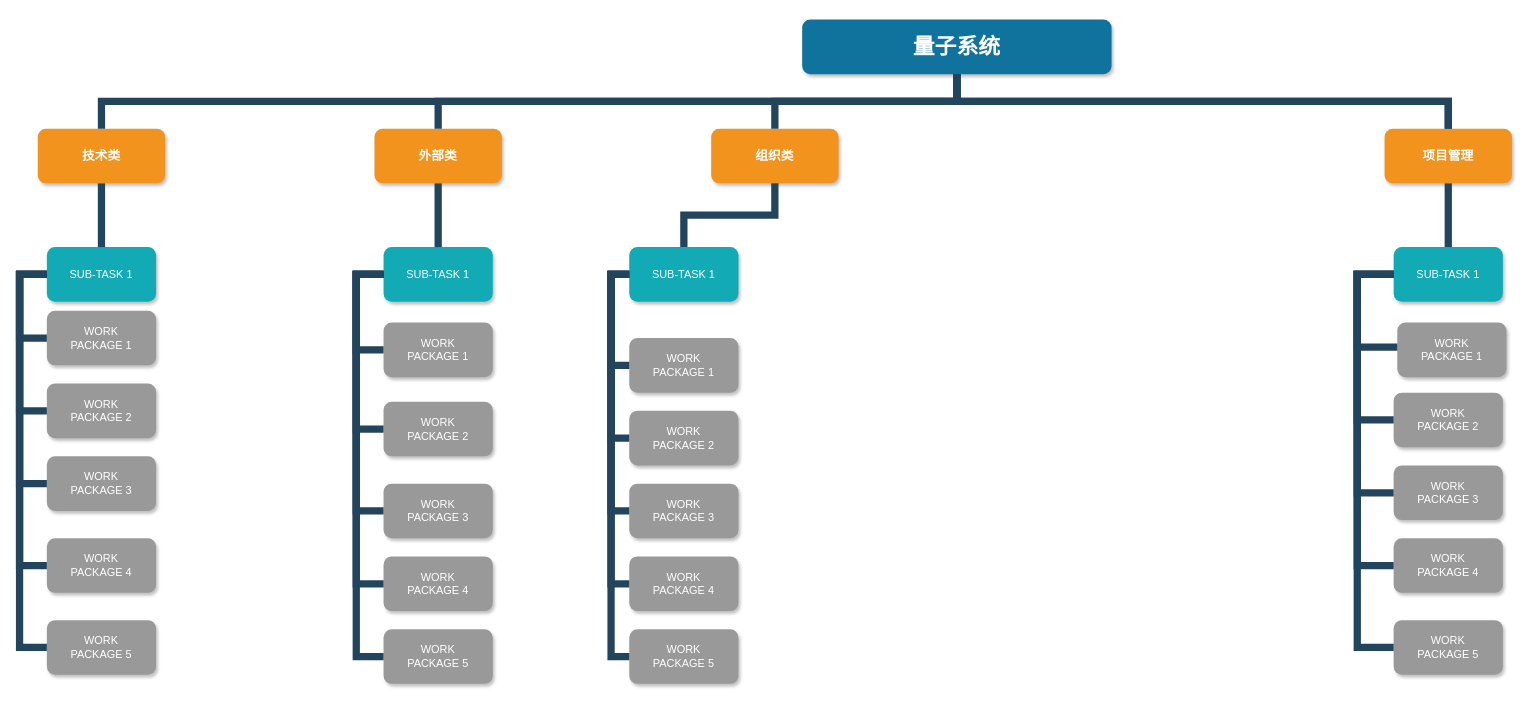
xccsoftware/bootStrap keeps this draw.io diagram as 项目风险结构.drawio. Above is the earlier version. Source tidied: cells renumbered, new cells numbered last; positions are measured from the earlier drawing's top-left corner, leaving out a move shared by most shapes. Both pictures are drawn from the tidied source at 91%, with x=0, y=0 at pixel (-63, 19).
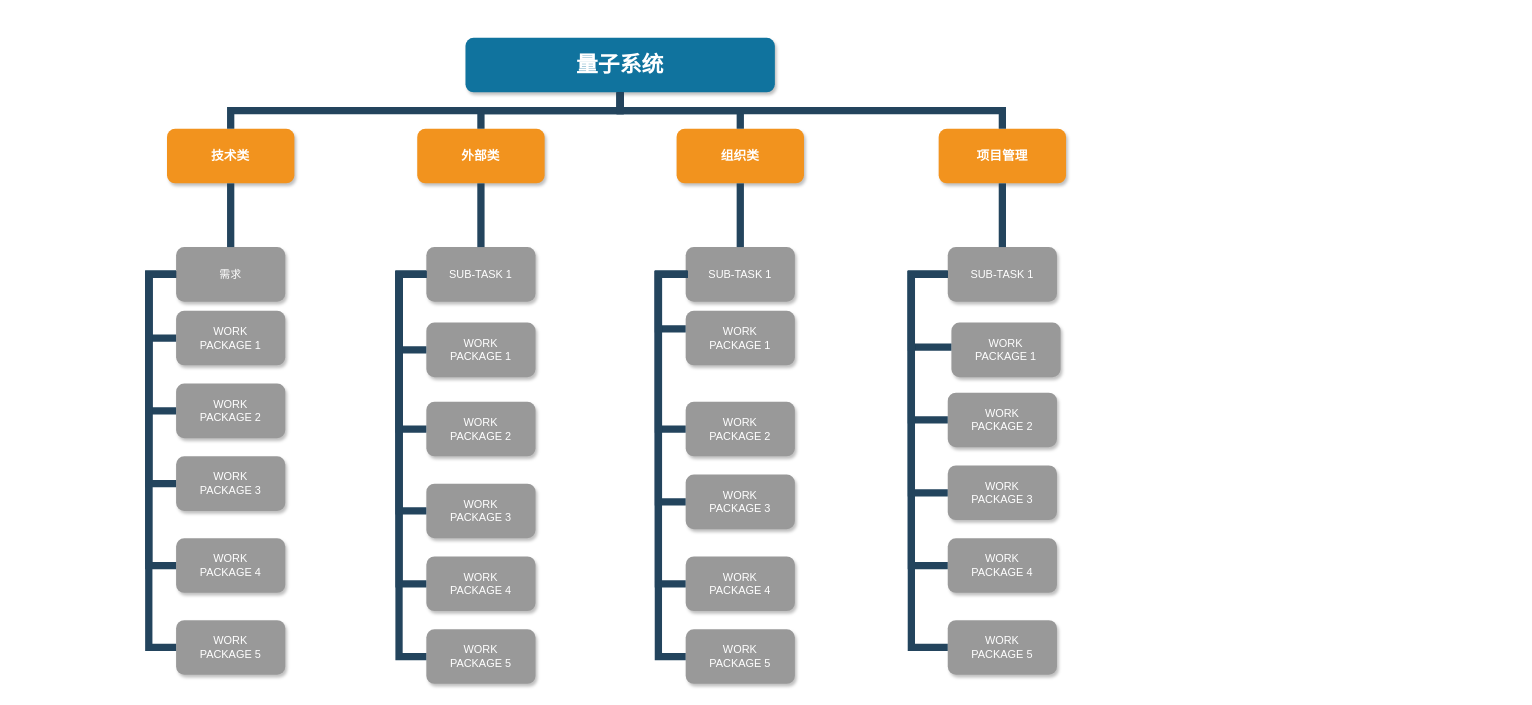
The same diagram, later.

Commit message (it also covers changes not shown here):
更新项目风险结构.drawio

Change to the diagram source:
```diff
@@
     <mxCell id="2" value="量子系统" style="whiteSpace=wrap;rounded=1;shadow=1;fillColor=#10739E;strokeColor=none;fontColor=#FFFFFF;fontStyle=1;fontSize=24;" parent="1" vertex="1">
-      <mxGeometry x="950" width="340" height="60" as="geometry" />
+      <mxGeometry x="580" y="20" width="340" height="60" as="geometry" />
     </mxCell>
     <mxCell id="3" value="技术类" style="whiteSpace=wrap;rounded=1;fillColor=#F2931E;strokeColor=none;shadow=1;fontColor=#FFFFFF;fontStyle=1;fontSize=14;" parent="1" vertex="1">
-      <mxGeometry x="110" y="120" width="140" height="60" as="geometry" />
+      <mxGeometry x="252" y="120" width="140" height="60" as="geometry" />
     </mxCell>
     <mxCell id="4" value="外部类" style="whiteSpace=wrap;rounded=1;fillColor=#F2931E;strokeColor=none;shadow=1;fontColor=#FFFFFF;fontStyle=1;fontSize=14;" parent="1" vertex="1">
-      <mxGeometry x="480" y="120" width="140" height="60" as="geometry" />
+      <mxGeometry x="527" y="120" width="140" height="60" as="geometry" />
     </mxCell>
     <mxCell id="5" value="组织类" style="whiteSpace=wrap;rounded=1;fillColor=#F2931E;strokeColor=none;shadow=1;fontColor=#FFFFFF;fontStyle=1;fontSize=14;" parent="1" vertex="1">
-      <mxGeometry x="850" y="120" width="140" height="60" as="geometry" />
+      <mxGeometry x="812" y="120" width="140" height="60" as="geometry" />
     </mxCell>
     <mxCell id="6" value="项目管理" style="whiteSpace=wrap;rounded=1;fillColor=#F2931E;strokeColor=none;shadow=1;fontColor=#FFFFFF;fontStyle=1;fontSize=14;" parent="1" vertex="1">
-      <mxGeometry x="1590" y="120" width="140" height="60" as="geometry" />
+      <mxGeometry x="1100" y="120" width="140" height="60" as="geometry" />
     </mxCell>
-    <mxCell id="7" value="SUB-TASK 1" style="whiteSpace=wrap;rounded=1;fillColor=#12AAB5;strokeColor=none;shadow=1;fontColor=#FFFFFF;" parent="1" vertex="1">
-      <mxGeometry x="120" y="250" width="120" height="60" as="geometry" />
+    <mxCell id="7" value="需求" style="whiteSpace=wrap;rounded=1;fillColor=#999999;strokeColor=none;shadow=1;fontColor=#FFFFFF;" parent="1" vertex="1">
+      <mxGeometry x="262" y="250" width="120" height="60" as="geometry" />
     </mxCell>
     <mxCell id="8" value="WORK&#10;PACKAGE 1" style="whiteSpace=wrap;rounded=1;fillColor=#999999;strokeColor=none;shadow=1;fontColor=#FFFFFF;fontStyle=0;" parent="1" vertex="1">
-      <mxGeometry x="120" y="320" width="120" height="60" as="geometry" />
+      <mxGeometry x="262" y="320" width="120" height="60" as="geometry" />
     </mxCell>
     <mxCell id="9" value="WORK&#10;PACKAGE 2" style="whiteSpace=wrap;rounded=1;fillColor=#999999;strokeColor=none;shadow=1;fontColor=#FFFFFF;fontStyle=0;" parent="1" vertex="1">
-      <mxGeometry x="120" y="400" width="120" height="60" as="geometry" />
+      <mxGeometry x="262" y="400" width="120" height="60" as="geometry" />
     </mxCell>
     <mxCell id="10" value="WORK&#10;PACKAGE 3" style="whiteSpace=wrap;rounded=1;fillColor=#999999;strokeColor=none;shadow=1;fontColor=#FFFFFF;fontStyle=0;" parent="1" vertex="1">
-      <mxGeometry x="120" y="480" width="120" height="60" as="geometry" />
+      <mxGeometry x="262" y="480" width="120" height="60" as="geometry" />
     </mxCell>
     <mxCell id="11" value="WORK&#10;PACKAGE 4" style="whiteSpace=wrap;rounded=1;fillColor=#999999;strokeColor=none;shadow=1;fontColor=#FFFFFF;fontStyle=0;" parent="1" vertex="1">
-      <mxGeometry x="120" y="570" width="120" height="60" as="geometry" />
+      <mxGeometry x="262" y="570" width="120" height="60" as="geometry" />
     </mxCell>
     <mxCell id="12" value="WORK&#10;PACKAGE 5" style="whiteSpace=wrap;rounded=1;fillColor=#999999;strokeColor=none;shadow=1;fontColor=#FFFFFF;fontStyle=0;" parent="1" vertex="1">
-      <mxGeometry x="120" y="660" width="120" height="60" as="geometry" />
+      <mxGeometry x="262" y="660" width="120" height="60" as="geometry" />
     </mxCell>
-    <mxCell id="13" value="SUB-TASK 1" style="whiteSpace=wrap;rounded=1;fillColor=#12AAB5;strokeColor=none;shadow=1;fontColor=#FFFFFF;" parent="1" vertex="1">
-      <mxGeometry x="490" y="250" width="120" height="60" as="geometry" />
+    <mxCell id="13" value="SUB-TASK 1" style="whiteSpace=wrap;rounded=1;fillColor=#999999;strokeColor=none;shadow=1;fontColor=#FFFFFF;" parent="1" vertex="1">
+      <mxGeometry x="537" y="250" width="120" height="60" as="geometry" />
     </mxCell>
     <mxCell id="14" value="WORK&#10;PACKAGE 1" style="whiteSpace=wrap;rounded=1;fillColor=#999999;strokeColor=none;shadow=1;fontColor=#FFFFFF;fontStyle=0;" parent="1" vertex="1">
-      <mxGeometry x="490" y="333" width="120" height="60" as="geometry" />
+      <mxGeometry x="537" y="333" width="120" height="60" as="geometry" />
     </mxCell>
     <mxCell id="15" value="WORK&#10;PACKAGE 2" style="whiteSpace=wrap;rounded=1;fillColor=#999999;strokeColor=none;shadow=1;fontColor=#FFFFFF;fontStyle=0;" parent="1" vertex="1">
-      <mxGeometry x="490" y="420" width="120" height="60" as="geometry" />
+      <mxGeometry x="537" y="420" width="120" height="60" as="geometry" />
     </mxCell>
     <mxCell id="16" value="WORK&#10;PACKAGE 3" style="whiteSpace=wrap;rounded=1;fillColor=#999999;strokeColor=none;shadow=1;fontColor=#FFFFFF;fontStyle=0;" parent="1" vertex="1">
-      <mxGeometry x="490" y="510" width="120" height="60" as="geometry" />
+      <mxGeometry x="537" y="510" width="120" height="60" as="geometry" />
     </mxCell>
     <mxCell id="17" value="WORK&#10;PACKAGE 4" style="whiteSpace=wrap;rounded=1;fillColor=#999999;strokeColor=none;shadow=1;fontColor=#FFFFFF;fontStyle=0;" parent="1" vertex="1">
-      <mxGeometry x="490" y="590" width="120" height="60" as="geometry" />
+      <mxGeometry x="537" y="590" width="120" height="60" as="geometry" />
     </mxCell>
     <mxCell id="18" value="WORK&#10;PACKAGE 5" style="whiteSpace=wrap;rounded=1;fillColor=#999999;strokeColor=none;shadow=1;fontColor=#FFFFFF;fontStyle=0;" parent="1" vertex="1">
-      <mxGeometry x="490" y="670" width="120" height="60" as="geometry" />
+      <mxGeometry x="537" y="670" width="120" height="60" as="geometry" />
     </mxCell>
@@
     <mxCell id="20" style="edgeStyle=elbowEdgeStyle;elbow=horizontal;rounded=0;fontColor=#000000;endArrow=none;endFill=0;strokeWidth=8;strokeColor=#23445D;" parent="1" edge="1" source="7" target="8">
       <mxGeometry relative="1" as="geometry">
         <Array as="points">
-          <mxPoint x="90" y="350" />
-          <mxPoint y="330" />
+          <mxPoint x="232" y="350" />
+          <mxPoint x="142" y="330" />
         </Array>
       </mxGeometry>
     </mxCell>
     <mxCell id="21" style="edgeStyle=elbowEdgeStyle;elbow=horizontal;rounded=0;fontColor=#000000;endArrow=none;endFill=0;strokeWidth=8;strokeColor=#23445D;" parent="1" edge="1" source="7" target="9">
       <mxGeometry relative="1" as="geometry">
         <Array as="points">
-          <mxPoint x="90" y="350" />
-          <mxPoint y="350" />
+          <mxPoint x="232" y="350" />
+          <mxPoint x="142" y="350" />
         </Array>
       </mxGeometry>
     </mxCell>
     <mxCell id="22" style="edgeStyle=elbowEdgeStyle;elbow=horizontal;rounded=0;fontColor=#000000;endArrow=none;endFill=0;strokeWidth=8;strokeColor=#23445D;" parent="1" edge="1" source="7" target="12">
       <mxGeometry relative="1" as="geometry">
         <Array as="points">
-          <mxPoint x="90" y="550" />
-          <mxPoint y="490" />
+          <mxPoint x="232" y="550" />
+          <mxPoint x="142" y="490" />
         </Array>
       </mxGeometry>
     </mxCell>
     <mxCell id="23" style="edgeStyle=elbowEdgeStyle;elbow=horizontal;rounded=0;fontColor=#000000;endArrow=none;endFill=0;strokeWidth=8;strokeColor=#23445D;" parent="1" edge="1" source="7" target="11">
       <mxGeometry relative="1" as="geometry">
         <Array as="points">
-          <mxPoint x="90" y="500" />
-          <mxPoint y="360" />
+          <mxPoint x="232" y="500" />
+          <mxPoint x="142" y="360" />
         </Array>
       </mxGeometry>
     </mxCell>
     <mxCell id="24" style="edgeStyle=elbowEdgeStyle;elbow=horizontal;rounded=0;fontColor=#000000;endArrow=none;endFill=0;strokeWidth=8;strokeColor=#23445D;" parent="1" edge="1" source="7" target="10">
       <mxGeometry relative="1" as="geometry">
         <Array as="points">
-          <mxPoint x="90" y="470" />
-          <mxPoint y="380" />
+          <mxPoint x="232" y="470" />
+          <mxPoint x="142" y="380" />
         </Array>
       </mxGeometry>
     </mxCell>
     <mxCell id="25" style="edgeStyle=elbowEdgeStyle;elbow=vertical;rounded=0;fontColor=#000000;endArrow=none;endFill=0;strokeWidth=8;strokeColor=#23445D;" parent="1" edge="1" source="4" target="13">
       <mxGeometry relative="1" as="geometry">
         <Array as="points">
-          <mxPoint x="550" y="230" />
+          <mxPoint x="597" y="230" />
         </Array>
       </mxGeometry>
     </mxCell>
     <mxCell id="26" style="edgeStyle=elbowEdgeStyle;elbow=horizontal;rounded=0;fontColor=#000000;endArrow=none;endFill=0;strokeWidth=8;strokeColor=#23445D;" parent="1" edge="1" source="13" target="14">
       <mxGeometry relative="1" as="geometry">
         <Array as="points">
-          <mxPoint x="460" y="330" />
+          <mxPoint x="507" y="330" />
         </Array>
       </mxGeometry>
     </mxCell>
     <mxCell id="27" style="edgeStyle=elbowEdgeStyle;elbow=horizontal;rounded=0;fontColor=#000000;endArrow=none;endFill=0;strokeWidth=8;strokeColor=#23445D;" parent="1" edge="1" source="13" target="15">
       <mxGeometry relative="1" as="geometry">
         <Array as="points">
-          <mxPoint x="460" y="410" />
-          <mxPoint x="370" y="370" />
+          <mxPoint x="507" y="410" />
+          <mxPoint x="417" y="370" />
         </Array>
       </mxGeometry>
     </mxCell>
     <mxCell id="28" style="edgeStyle=elbowEdgeStyle;elbow=horizontal;rounded=0;fontColor=#000000;endArrow=none;endFill=0;strokeWidth=8;strokeColor=#23445D;" parent="1" edge="1" source="13" target="18">
       <mxGeometry relative="1" as="geometry">
         <Array as="points">
-          <mxPoint x="460" y="410" />
-          <mxPoint x="370" y="500" />
+          <mxPoint x="507" y="410" />
+          <mxPoint x="417" y="500" />
         </Array>
       </mxGeometry>
     </mxCell>
     <mxCell id="29" style="edgeStyle=elbowEdgeStyle;elbow=horizontal;rounded=0;fontColor=#000000;endArrow=none;endFill=0;strokeWidth=8;strokeColor=#23445D;" parent="1" edge="1" source="13" target="17">
       <mxGeometry relative="1" as="geometry">
         <Array as="points">
-          <mxPoint x="460" y="350" />
-          <mxPoint x="370" y="450" />
+          <mxPoint x="507" y="350" />
+          <mxPoint x="417" y="450" />
         </Array>
       </mxGeometry>
     </mxCell>
     <mxCell id="30" style="edgeStyle=elbowEdgeStyle;elbow=horizontal;rounded=0;fontColor=#000000;endArrow=none;endFill=0;strokeWidth=8;strokeColor=#23445D;" parent="1" edge="1" source="13" target="16">
       <mxGeometry relative="1" as="geometry">
         <Array as="points">
-          <mxPoint x="460" y="340" />
-          <mxPoint x="470" y="410" />
-          <mxPoint x="370" y="420" />
+          <mxPoint x="507" y="340" />
+          <mxPoint x="517" y="410" />
+          <mxPoint x="417" y="420" />
         </Array>
       </mxGeometry>
     </mxCell>
-    <mxCell id="31" value="SUB-TASK 1" style="whiteSpace=wrap;rounded=1;fillColor=#12AAB5;strokeColor=none;shadow=1;fontColor=#FFFFFF;" parent="1" vertex="1">
-      <mxGeometry x="760" y="250" width="120" height="60" as="geometry" />
+    <mxCell id="31" value="SUB-TASK 1" style="whiteSpace=wrap;rounded=1;fillColor=#999999;strokeColor=none;shadow=1;fontColor=#FFFFFF;" parent="1" vertex="1">
+      <mxGeometry x="822" y="250" width="120" height="60" as="geometry" />
     </mxCell>
     <mxCell id="32" value="WORK&#10;PACKAGE 1" style="whiteSpace=wrap;rounded=1;fillColor=#999999;strokeColor=none;shadow=1;fontColor=#FFFFFF;fontStyle=0;" parent="1" vertex="1">
-      <mxGeometry x="760" y="350" width="120" height="60" as="geometry" />
+      <mxGeometry x="822" y="320" width="120" height="60" as="geometry" />
     </mxCell>
     <mxCell id="33" value="WORK&#10;PACKAGE 2" style="whiteSpace=wrap;rounded=1;fillColor=#999999;strokeColor=none;shadow=1;fontColor=#FFFFFF;fontStyle=0;" parent="1" vertex="1">
-      <mxGeometry x="760" y="430" width="120" height="60" as="geometry" />
+      <mxGeometry x="822" y="420" width="120" height="60" as="geometry" />
     </mxCell>
     <mxCell id="34" value="WORK&#10;PACKAGE 3" style="whiteSpace=wrap;rounded=1;fillColor=#999999;strokeColor=none;shadow=1;fontColor=#FFFFFF;fontStyle=0;" parent="1" vertex="1">
-      <mxGeometry x="760" y="510" width="120" height="60" as="geometry" />
+      <mxGeometry x="822" y="500" width="120" height="60" as="geometry" />
     </mxCell>
     <mxCell id="35" value="WORK&#10;PACKAGE 4" style="whiteSpace=wrap;rounded=1;fillColor=#999999;strokeColor=none;shadow=1;fontColor=#FFFFFF;fontStyle=0;" parent="1" vertex="1">
-      <mxGeometry x="760" y="590" width="120" height="60" as="geometry" />
+      <mxGeometry x="822" y="590" width="120" height="60" as="geometry" />
     </mxCell>
     <mxCell id="36" value="WORK&#10;PACKAGE 5" style="whiteSpace=wrap;rounded=1;fillColor=#999999;strokeColor=none;shadow=1;fontColor=#FFFFFF;fontStyle=0;" parent="1" vertex="1">
-      <mxGeometry x="760" y="670" width="120" height="60" as="geometry" />
+      <mxGeometry x="822" y="670" width="120" height="60" as="geometry" />
     </mxCell>
-    <mxCell id="37" style="edgeStyle=elbowEdgeStyle;elbow=horizontal;rounded=0;fontColor=#000000;endArrow=none;endFill=0;strokeWidth=8;strokeColor=#23445D;" parent="1" edge="1" source="31" target="32">
+    <mxCell id="37" style="edgeStyle=elbowEdgeStyle;elbow=horizontal;rounded=0;fontColor=#000000;endArrow=none;endFill=0;strokeWidth=8;strokeColor=#23445D;" parent="1" edge="1" target="32">
       <mxGeometry relative="1" as="geometry">
+        <mxPoint x="824" y="280" as="sourcePoint" />
         <Array as="points">
-          <mxPoint x="740" y="330" />
+          <mxPoint x="792" y="340" />
         </Array>
       </mxGeometry>
     </mxCell>
-    <mxCell id="38" style="edgeStyle=elbowEdgeStyle;elbow=horizontal;rounded=0;fontColor=#000000;endArrow=none;endFill=0;strokeWidth=8;strokeColor=#23445D;" parent="1" edge="1" source="31" target="33">
+    <mxCell id="38" style="edgeStyle=elbowEdgeStyle;elbow=horizontal;rounded=0;fontColor=#000000;endArrow=none;endFill=0;strokeWidth=8;strokeColor=#23445D;" parent="1" edge="1" target="33">
       <mxGeometry relative="1" as="geometry">
+        <mxPoint x="824" y="280" as="sourcePoint" />
         <Array as="points">
-          <mxPoint x="740" y="370" />
+          <mxPoint x="792" y="410" />
+          <mxPoint x="704" y="370" />
         </Array>
       </mxGeometry>
     </mxCell>
-    <mxCell id="39" style="edgeStyle=elbowEdgeStyle;elbow=horizontal;rounded=0;fontColor=#000000;endArrow=none;endFill=0;strokeWidth=8;strokeColor=#23445D;" parent="1" edge="1" source="31" target="36">
+    <mxCell id="39" style="edgeStyle=elbowEdgeStyle;elbow=horizontal;rounded=0;fontColor=#000000;endArrow=none;endFill=0;strokeWidth=8;strokeColor=#23445D;" parent="1" edge="1" target="36">
       <mxGeometry relative="1" as="geometry">
+        <mxPoint x="824" y="280" as="sourcePoint" />
         <Array as="points">
-          <mxPoint x="740" y="500" />
+          <mxPoint x="792" y="500" />
+          <mxPoint x="704" y="500" />
         </Array>
       </mxGeometry>
     </mxCell>
-    <mxCell id="40" style="edgeStyle=elbowEdgeStyle;elbow=horizontal;rounded=0;fontColor=#000000;endArrow=none;endFill=0;strokeWidth=8;strokeColor=#23445D;" parent="1" edge="1" source="31" target="35">
+    <mxCell id="40" style="edgeStyle=elbowEdgeStyle;elbow=horizontal;rounded=0;fontColor=#000000;endArrow=none;endFill=0;strokeWidth=8;strokeColor=#23445D;" parent="1" edge="1" target="35">
       <mxGeometry relative="1" as="geometry">
+        <mxPoint x="824" y="280" as="sourcePoint" />
         <Array as="points">
-          <mxPoint x="740" y="450" />
+          <mxPoint x="792" y="420" />
+          <mxPoint x="704" y="450" />
         </Array>
       </mxGeometry>
     </mxCell>
-    <mxCell id="41" style="edgeStyle=elbowEdgeStyle;elbow=horizontal;rounded=0;fontColor=#000000;endArrow=none;endFill=0;strokeWidth=8;strokeColor=#23445D;" parent="1" edge="1" source="31" target="34">
+    <mxCell id="41" style="edgeStyle=elbowEdgeStyle;elbow=horizontal;rounded=0;fontColor=#000000;endArrow=none;endFill=0;strokeWidth=8;strokeColor=#23445D;" parent="1" edge="1" target="34">
       <mxGeometry relative="1" as="geometry">
+        <mxPoint x="824" y="280" as="sourcePoint" />
         <Array as="points">
-          <mxPoint x="740" y="420" />
+          <mxPoint x="792" y="400" />
         </Array>
       </mxGeometry>
     </mxCell>
-    <mxCell id="42" value="SUB-TASK 1" style="whiteSpace=wrap;rounded=1;fillColor=#12AAB5;strokeColor=none;shadow=1;fontColor=#FFFFFF;" parent="1" vertex="1">
-      <mxGeometry x="1600" y="250" width="120" height="60" as="geometry" />
+    <mxCell id="42" value="SUB-TASK 1" style="whiteSpace=wrap;rounded=1;fillColor=#999999;strokeColor=none;shadow=1;fontColor=#FFFFFF;" parent="1" vertex="1">
+      <mxGeometry x="1110" y="250" width="120" height="60" as="geometry" />
     </mxCell>
     <mxCell id="43" value="WORK&#10;PACKAGE 1" style="whiteSpace=wrap;rounded=1;fillColor=#999999;strokeColor=none;shadow=1;fontColor=#FFFFFF;fontStyle=0;" parent="1" vertex="1">
-      <mxGeometry x="1604" y="333" width="120" height="60" as="geometry" />
+      <mxGeometry x="1114" y="333" width="120" height="60" as="geometry" />
     </mxCell>
     <mxCell id="44" value="WORK&#10;PACKAGE 2" style="whiteSpace=wrap;rounded=1;fillColor=#999999;strokeColor=none;shadow=1;fontColor=#FFFFFF;fontStyle=0;" parent="1" vertex="1">
-      <mxGeometry x="1600" y="410" width="120" height="60" as="geometry" />
+      <mxGeometry x="1110" y="410" width="120" height="60" as="geometry" />
     </mxCell>
     <mxCell id="45" value="WORK&#10;PACKAGE 3" style="whiteSpace=wrap;rounded=1;fillColor=#999999;strokeColor=none;shadow=1;fontColor=#FFFFFF;fontStyle=0;" parent="1" vertex="1">
-      <mxGeometry x="1600" y="490" width="120" height="60" as="geometry" />
+      <mxGeometry x="1110" y="490" width="120" height="60" as="geometry" />
     </mxCell>
     <mxCell id="46" value="WORK&#10;PACKAGE 4" style="whiteSpace=wrap;rounded=1;fillColor=#999999;strokeColor=none;shadow=1;fontColor=#FFFFFF;fontStyle=0;" parent="1" vertex="1">
-      <mxGeometry x="1600" y="570" width="120" height="60" as="geometry" />
+      <mxGeometry x="1110" y="570" width="120" height="60" as="geometry" />
     </mxCell>
     <mxCell id="47" value="WORK&#10;PACKAGE 5" style="whiteSpace=wrap;rounded=1;fillColor=#999999;strokeColor=none;shadow=1;fontColor=#FFFFFF;fontStyle=0;" parent="1" vertex="1">
-      <mxGeometry x="1600" y="660" width="120" height="60" as="geometry" />
+      <mxGeometry x="1110" y="660" width="120" height="60" as="geometry" />
     </mxCell>
     <mxCell id="48" style="edgeStyle=elbowEdgeStyle;elbow=horizontal;rounded=0;fontColor=#000000;endArrow=none;endFill=0;strokeWidth=8;strokeColor=#23445D;" parent="1" edge="1" source="42" target="43">
       <mxGeometry relative="1" as="geometry">
         <Array as="points">
-          <mxPoint x="1560" y="360" />
-          <mxPoint x="1110" y="330" />
+          <mxPoint x="1070" y="360" />
+          <mxPoint x="620" y="330" />
         </Array>
       </mxGeometry>
     </mxCell>
     <mxCell id="49" style="edgeStyle=elbowEdgeStyle;elbow=horizontal;rounded=0;fontColor=#000000;endArrow=none;endFill=0;strokeWidth=8;strokeColor=#23445D;" parent="1" edge="1" source="42" target="44">
       <mxGeometry relative="1" as="geometry">
         <Array as="points">
-          <mxPoint x="1560" y="390" />
+          <mxPoint x="1070" y="390" />
         </Array>
       </mxGeometry>
     </mxCell>
     <mxCell id="50" style="edgeStyle=elbowEdgeStyle;elbow=horizontal;rounded=0;fontColor=#000000;endArrow=none;endFill=0;strokeWidth=8;strokeColor=#23445D;" parent="1" edge="1" source="42" target="47">
       <mxGeometry relative="1" as="geometry">
         <Array as="points">
-          <mxPoint x="1560" y="560" />
-          <mxPoint x="1110" y="500" />
+          <mxPoint x="1070" y="560" />
+          <mxPoint x="620" y="500" />
         </Array>
       </mxGeometry>
     </mxCell>
     <mxCell id="51" style="edgeStyle=elbowEdgeStyle;elbow=horizontal;rounded=0;fontColor=#000000;endArrow=none;endFill=0;strokeWidth=8;strokeColor=#23445D;" parent="1" edge="1" source="42" target="46">
       <mxGeometry relative="1" as="geometry">
         <Array as="points">
-          <mxPoint x="1560" y="410" />
-          <mxPoint x="1110" y="450" />
+          <mxPoint x="1070" y="410" />
+          <mxPoint x="620" y="450" />
         </Array>
       </mxGeometry>
     </mxCell>
     <mxCell id="52" style="edgeStyle=elbowEdgeStyle;elbow=horizontal;rounded=0;fontColor=#000000;endArrow=none;endFill=0;strokeWidth=8;strokeColor=#23445D;" parent="1" edge="1" source="42" target="45">
       <mxGeometry relative="1" as="geometry">
         <Array as="points">
-          <mxPoint x="1560" y="340" />
-          <mxPoint x="1110" y="420" />
+          <mxPoint x="1070" y="340" />
+          <mxPoint x="620" y="420" />
         </Array>
       </mxGeometry>
     </mxCell>
@@
-    <mxCell id="59" style="edgeStyle=elbowEdgeStyle;elbow=vertical;rounded=0;fontColor=#000000;endArrow=none;endFill=0;strokeWidth=8;strokeColor=#23445D;" parent="1" edge="1" source="2">
-      <mxGeometry relative="1" as="geometry">
-        <mxPoint x="1660" y="120" as="targetPoint" />
-      </mxGeometry>
-    </mxCell>
```
